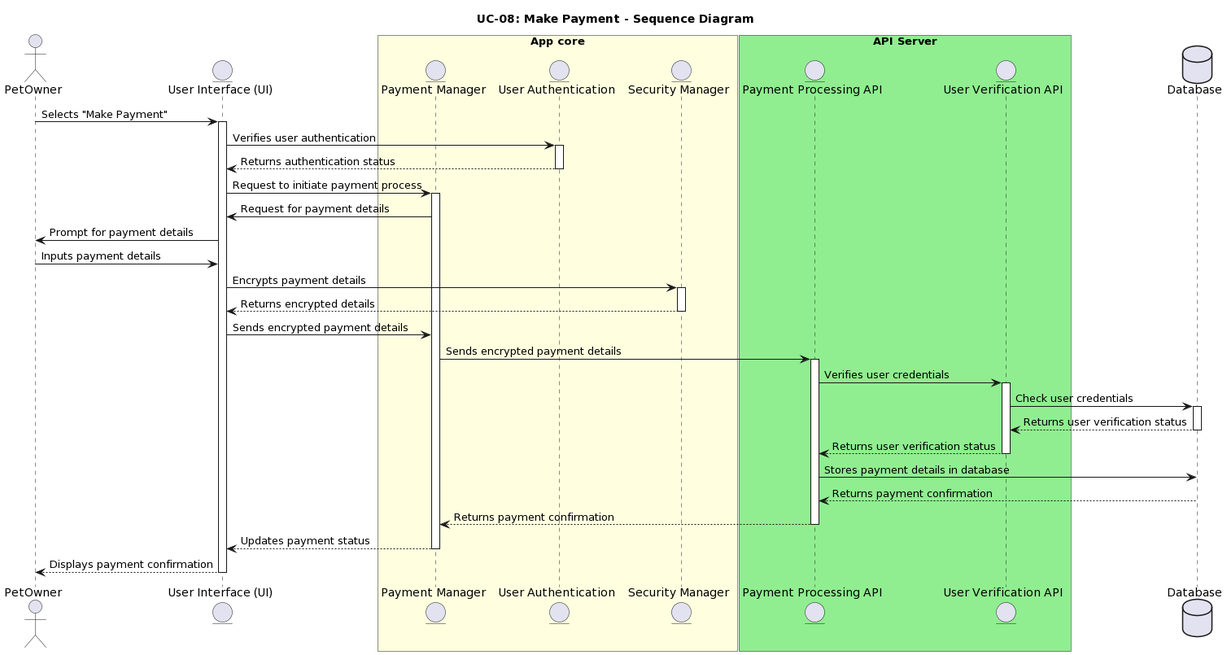
This is Documents/PlantUML/UC-08_SEQUENCE_Diagram.png from IrenePorta/PetSitters, a PlantUML export, as it was before one commit.
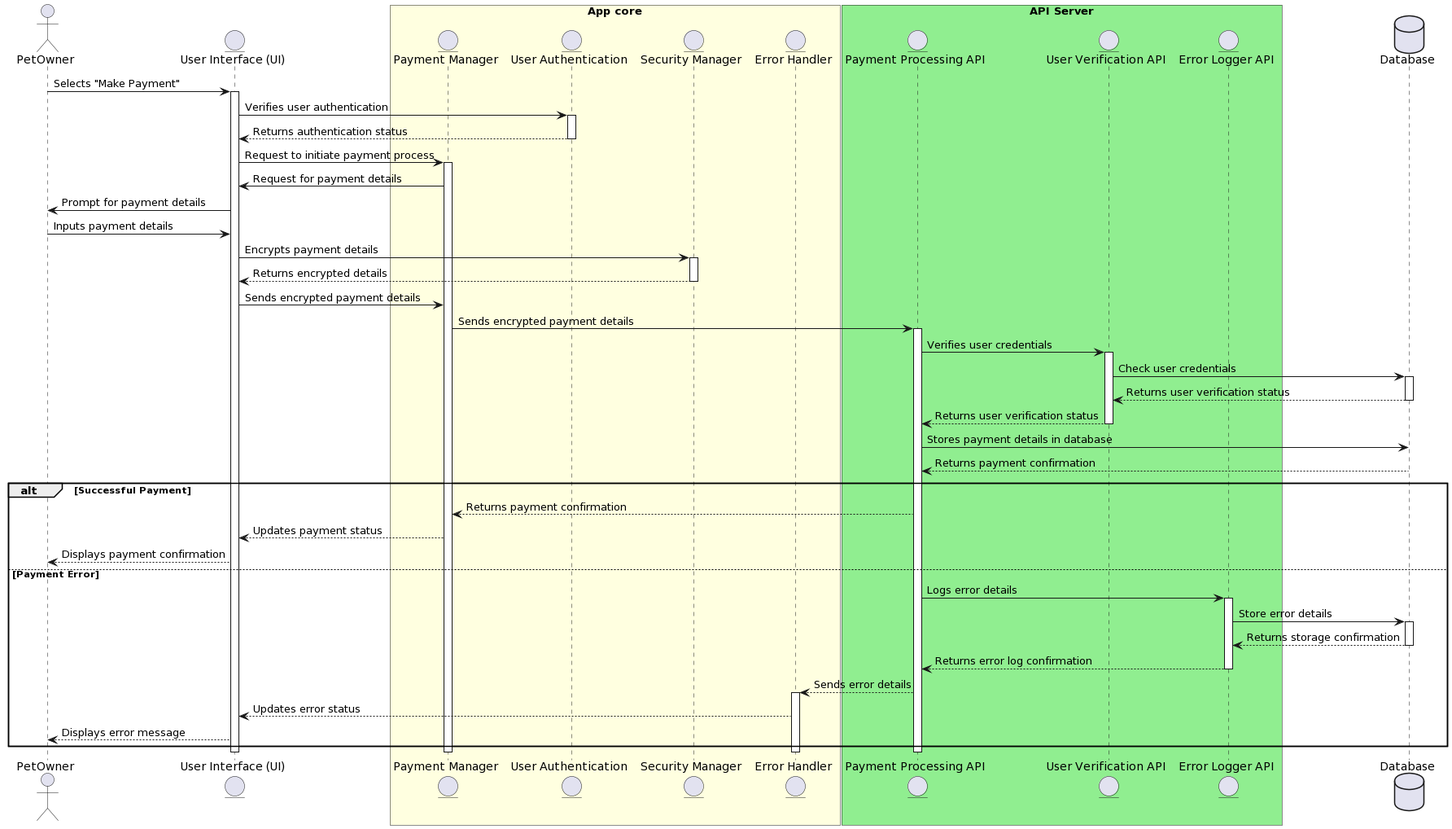
Later version of the same file.

What changed in the source:
```diff
@@ -1,15 +1,16 @@
 @startuml
-title: UC-08: Make Payment - Sequence Diagram
 actor PetOwner
 entity "User Interface (UI)" as UI
 box "App core" #LightYellow
   entity "Payment Manager" as PaymentManager
   entity "User Authentication" as UserAuth
   entity "Security Manager" as Security
+  entity "Error Handler" as ErrorHandler
 end box
 box "API Server" #LightGreen
   entity "Payment Processing API" as PaymentAPI
   entity "User Verification API" as UserVerifyAPI
+  entity "Error Logger API" as LoggerAPI
 end box
 database "Database" as DB
 
@@ -50,11 +51,27 @@
 DB --> PaymentAPI : Returns payment confirmation
 deactivate DB
 
-PaymentAPI --> PaymentManager : Returns payment confirmation
+alt Successful Payment
+    PaymentAPI --> PaymentManager : Returns payment confirmation
+    PaymentManager --> UI : Updates payment status
+    UI --> PetOwner : Displays payment confirmation
+else Payment Error
+    PaymentAPI -> LoggerAPI : Logs error details
+    activate LoggerAPI
+    LoggerAPI -> DB : Store error details
+    activate DB
+    DB --> LoggerAPI : Returns storage confirmation
+    deactivate DB
+    LoggerAPI --> PaymentAPI : Returns error log confirmation
+    deactivate LoggerAPI
+    PaymentAPI --> ErrorHandler : Sends error details
+    activate ErrorHandler
+    ErrorHandler --> UI : Updates error status
+    UI --> PetOwner : Displays error message
+end
+
 deactivate PaymentAPI
-PaymentManager --> UI : Updates payment status
+deactivate ErrorHandler
 deactivate PaymentManager
-
-UI --> PetOwner : Displays payment confirmation
 deactivate UI
 @enduml
```
